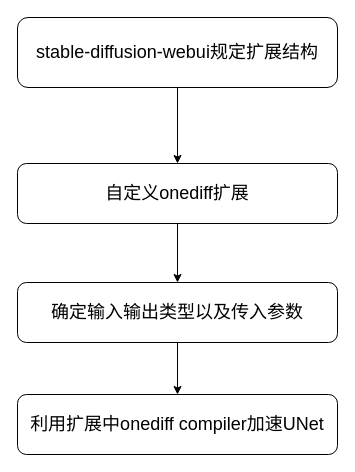
Earlier version of the draw.io diagram 未命名绘图.drawio (fmk345/pythonProject). Source tidied: cells renumbered, new cells numbered last; positions are measured from the earlier drawing's top-left corner, leaving out a move shared by most shapes. Both pictures are drawn from the tidied source at 100%, with x=0, y=0 at pixel (17, 17).
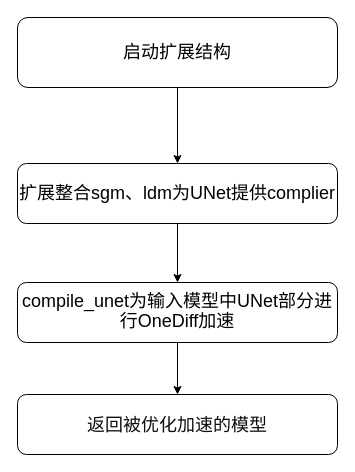
After the change.

Commit message:
更新未命名绘图.drawio

Diff of the diagram source:
```diff
@@
 <mxGraphModel>
   <root>
     <mxCell id="0" />
     <mxCell id="1" parent="0" />
-    <mxCell id="2" value="&lt;font style=&quot;font-size: 18px;&quot;&gt;stable-diffusion-webui规定扩展结构&lt;/font&gt;" style="rounded=1;whiteSpace=wrap;html=1;" parent="1" vertex="1">
+    <mxCell id="2" value="&lt;span style=&quot;font-size: 18px;&quot;&gt;启动扩展结构&lt;/span&gt;" style="rounded=1;whiteSpace=wrap;html=1;" parent="1" vertex="1">
       <mxGeometry width="320" height="70" as="geometry" />
     </mxCell>
     <mxCell id="3" style="endArrow=classic;html=1;rounded=0;exitX=0.5;exitY=1;exitDx=0;exitDy=0;entryX=0.5;entryY=0;entryDx=0;entryDy=0;" parent="1" edge="1" source="2" target="4">
       <mxGeometry relative="1" as="geometry" />
     </mxCell>
-    <mxCell id="4" value="&lt;font style=&quot;font-size: 18px;&quot;&gt;自定义onediff扩展&lt;/font&gt;" style="rounded=1;whiteSpace=wrap;html=1;" parent="1" vertex="1">
+    <mxCell id="4" value="&lt;span style=&quot;font-size: 18px;&quot;&gt;扩展整合sgm、ldm为UNet提供complier&lt;/span&gt;" style="rounded=1;whiteSpace=wrap;html=1;" parent="1" vertex="1">
       <mxGeometry y="146" width="320" height="60" as="geometry" />
     </mxCell>
-    <mxCell id="5" value="&lt;span style=&quot;font-size: 18px;&quot;&gt;确定输入输出类型以及传入参数&lt;/span&gt;" style="rounded=1;whiteSpace=wrap;html=1;" parent="1" vertex="1">
+    <mxCell id="5" value="&lt;div style=&quot;font-family: Consolas, &amp;quot;Courier New&amp;quot;, monospace; line-height: 17px; white-space: pre;&quot;&gt;&lt;span style=&quot;font-family: Helvetica; font-size: 18px; white-space: normal;&quot;&gt;compile_unet为输入模型中UNet部分进行OneDiff加速&lt;/span&gt;&lt;br&gt;&lt;/div&gt;" style="rounded=1;whiteSpace=wrap;html=1;" parent="1" vertex="1">
       <mxGeometry y="265" width="320" height="60" as="geometry" />
     </mxCell>
-    <mxCell id="6" value="&lt;span style=&quot;font-size: 18px;&quot;&gt;利用扩展中onediff compiler加速UNet&lt;/span&gt;" style="rounded=1;whiteSpace=wrap;html=1;" parent="1" vertex="1">
+    <mxCell id="6" value="&lt;span style=&quot;color: rgb(13, 13, 13); font-family: Söhne, ui-sans-serif, system-ui, -apple-system, &amp;quot;Segoe UI&amp;quot;, Roboto, Ubuntu, Cantarell, &amp;quot;Noto Sans&amp;quot;, sans-serif, &amp;quot;Helvetica Neue&amp;quot;, Arial, &amp;quot;Apple Color Emoji&amp;quot;, &amp;quot;Segoe UI Emoji&amp;quot;, &amp;quot;Segoe UI Symbol&amp;quot;, &amp;quot;Noto Color Emoji&amp;quot;; text-align: start; white-space-collapse: preserve;&quot;&gt;&lt;font style=&quot;font-size: 18px;&quot;&gt;返回被优化加速的模型&lt;/font&gt;&lt;/span&gt;" style="rounded=1;whiteSpace=wrap;html=1;" parent="1" vertex="1">
       <mxGeometry y="377" width="320" height="60" as="geometry" />
     </mxCell>
     <mxCell id="7" style="endArrow=classic;html=1;rounded=0;exitX=0.5;exitY=1;exitDx=0;exitDy=0;entryX=0.5;entryY=0;entryDx=0;entryDy=0;" parent="1" edge="1" source="4" target="5">
       <mxGeometry relative="1" as="geometry" />
     </mxCell>
     <mxCell id="8" style="endArrow=classic;html=1;rounded=0;exitX=0.5;exitY=1;exitDx=0;exitDy=0;entryX=0.5;entryY=0;entryDx=0;entryDy=0;" parent="1" edge="1" source="5" target="6">
       <mxGeometry relative="1" as="geometry" />
     </mxCell>
   </root>
 </mxGraphModel>
```
